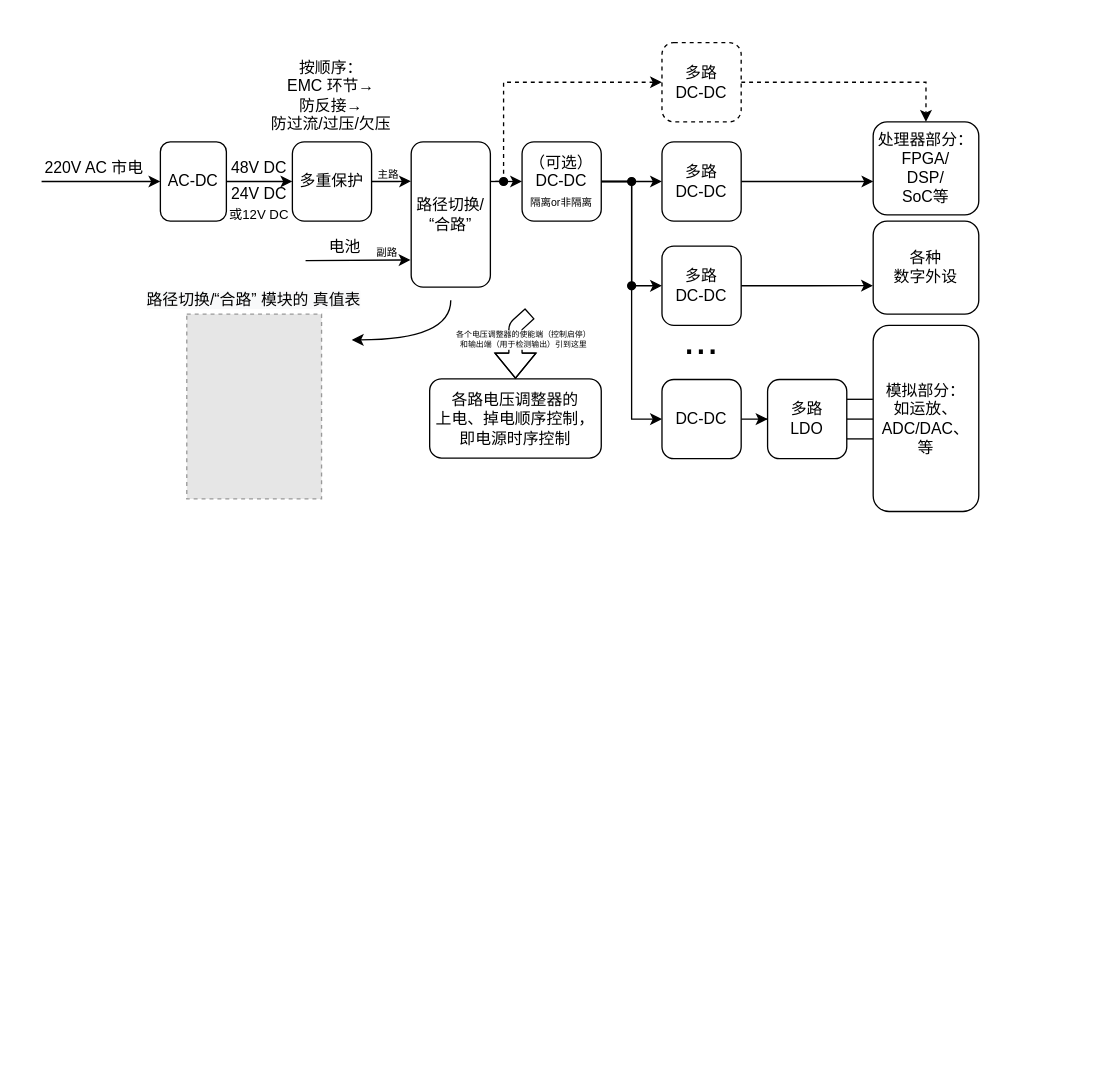
This is assets/通用电源树框图.drawio from Staok/thoughs-about-hardware-design, a draw.io file, before an edit. Source tidied: cells renumbered, new cells numbered last; positions are measured from the earlier drawing's top-left corner, leaving out a move shared by most shapes. Both pictures are drawn from the tidied source at 132%, with x=0, y=0 at pixel (41, 42). Pictures stored in the file or linked from it are replaced by grey dashed boxes.
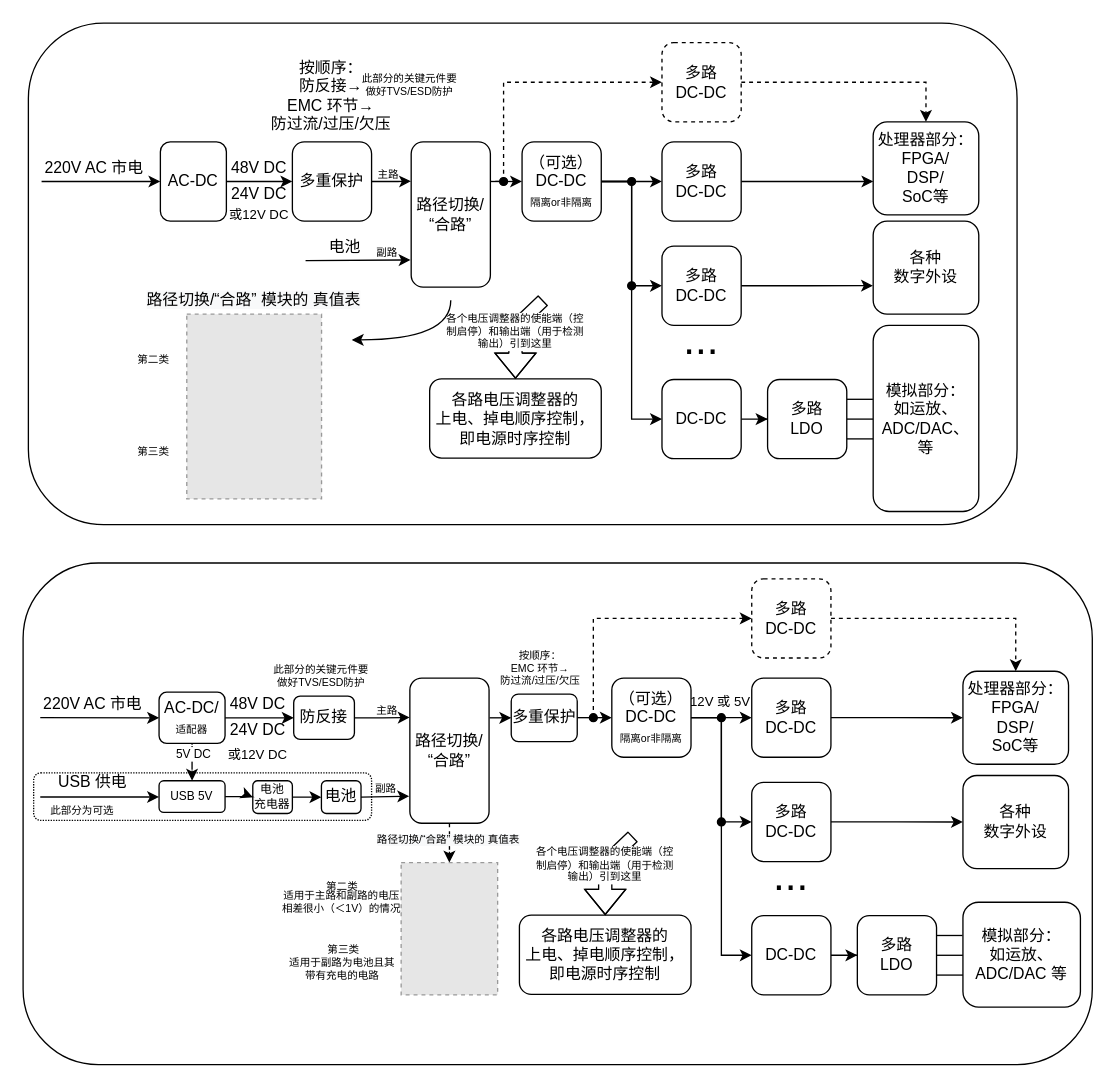
The same diagram, later.

Unchanged cells that the change refers to:
```xml
<mxCell id="42" value="各路电压调整器的&lt;br&gt;上电、掉电顺序控制，&lt;br&gt;即电源时序控制" style="rounded=1;whiteSpace=wrap;html=1;fontSize=12;fillColor=#FFFFFF;" parent="1" vertex="1">
  <mxGeometry x="294" y="254.5" width="130" height="60" as="geometry" />
</mxCell>
```

The edit, as a diff of the source:
```diff
@@
+    <mxCell id="48" style="rounded=1;whiteSpace=wrap;html=1;fontSize=8;" parent="1" vertex="1">
+      <mxGeometry x="-14" y="394" width="810" height="380" as="geometry" />
+    </mxCell>
+    <mxCell id="49" style="rounded=1;whiteSpace=wrap;html=1;fontSize=9;dashed=1;dashPattern=1 1;" parent="1" vertex="1">
+      <mxGeometry x="-6" y="553" width="256" height="36" as="geometry" />
+    </mxCell>
+    <mxCell id="50" value="电池" style="rounded=1;whiteSpace=wrap;html=1;fontSize=12;" parent="1" vertex="1">
+      <mxGeometry x="212" y="559" width="30" height="24.8" as="geometry" />
+    </mxCell>
+    <mxCell id="51" style="rounded=1;whiteSpace=wrap;html=1;fontSize=8;" parent="1" vertex="1">
+      <mxGeometry x="-10" y="-15" width="749" height="380" as="geometry" />
+    </mxCell>
@@
-    <mxCell id="14" value="按顺序：&lt;br&gt;EMC 环节→&lt;br&gt;防反接→&lt;br&gt;防过流/过压/欠压" style="text;html=1;strokeColor=none;fillColor=none;align=center;verticalAlign=middle;whiteSpace=wrap;rounded=0;" parent="1" vertex="1">
+    <mxCell id="14" value="按顺序：&lt;br&gt;防反接→&lt;br&gt;EMC 环节→&lt;br&gt;防过流/过压/欠压" style="text;html=1;strokeColor=none;fillColor=none;align=center;verticalAlign=middle;whiteSpace=wrap;rounded=0;" parent="1" vertex="1">
       <mxGeometry x="169.4" y="15" width="101.2" height="50" as="geometry" />
     </mxCell>
@@
     <mxCell id="43" style="shape=flexArrow;endArrow=classic;html=1;fontSize=12;entryX=0.5;entryY=0;entryDx=0;entryDy=0;" parent="1" edge="1" target="42">
       <mxGeometry relative="1" as="geometry">
-        <mxPoint x="370" y="205" as="sourcePoint" />
+        <mxPoint x="380" y="195" as="sourcePoint" />
         <Array as="points">
           <mxPoint x="359" y="215" />
         </Array>
       </mxGeometry>
     </mxCell>
-    <mxCell id="44" value="各个电压调整器的使能端（控制启停）和输出端（用于检测输出）引到这里" style="text;html=1;strokeColor=none;fillColor=none;align=center;verticalAlign=middle;whiteSpace=wrap;rounded=0;fontSize=6;labelBackgroundColor=#ffffff;" parent="1" vertex="1">
-      <mxGeometry x="311" y="214" width="109" height="21" as="geometry" />
+    <mxCell id="44" value="各个电压调整器的使能端（控制启停）和输出端（用于检测输出）引到这里" style="text;html=1;strokeColor=none;fillColor=none;align=center;verticalAlign=middle;whiteSpace=wrap;rounded=0;fontSize=8;labelBackgroundColor=#ffffff;" parent="1" vertex="1">
+      <mxGeometry x="306.2" y="203.5" width="105.5" height="31.5" as="geometry" />
     </mxCell>
@@
+    <mxCell id="52" value="第二类" style="text;html=1;strokeColor=none;fillColor=none;align=center;verticalAlign=middle;whiteSpace=wrap;rounded=0;fontSize=8;" parent="1" vertex="1">
+      <mxGeometry x="70" y="235" width="30" height="10" as="geometry" />
+    </mxCell>
+    <mxCell id="53" value="第三类" style="text;html=1;strokeColor=none;fillColor=none;align=center;verticalAlign=middle;whiteSpace=wrap;rounded=0;fontSize=8;" parent="1" vertex="1">
+      <mxGeometry x="70" y="304.5" width="30" height="10" as="geometry" />
+    </mxCell>
+    <mxCell id="54" style="edgeStyle=orthogonalEdgeStyle;rounded=0;jettySize=auto;html=1;entryX=0;entryY=0.5;entryDx=0;entryDy=0;" parent="1" edge="1" source="57" target="61">
+      <mxGeometry relative="1" as="geometry" />
+    </mxCell>
+    <mxCell id="55" style="edgeStyle=orthogonalEdgeStyle;rounded=0;jettySize=auto;html=1;entryX=0.5;entryY=0;entryDx=0;entryDy=0;fontSize=9;dashed=1;dashPattern=1 1;" parent="1" edge="1" source="57" target="106">
+      <mxGeometry relative="1" as="geometry" />
+    </mxCell>
+    <mxCell id="56" value="5V DC" style="edgeLabel;html=1;align=center;verticalAlign=middle;fontSize=9;" parent="55" vertex="1">
+      <mxGeometry x="-0.12" relative="1" as="geometry">
+        <mxPoint y="-9" as="offset" />
+      </mxGeometry>
+    </mxCell>
+    <mxCell id="57" value="AC-DC/&lt;br&gt;&lt;font style=&quot;font-size: 8px&quot;&gt;适配器&lt;/font&gt;" style="rounded=1;whiteSpace=wrap;html=1;" parent="1" vertex="1">
+      <mxGeometry x="89" y="491.9" width="50" height="38.8" as="geometry" />
+    </mxCell>
+    <mxCell id="58" style="endArrow=classic;html=1;entryX=0;entryY=0.5;entryDx=0;entryDy=0;exitX=0;exitY=1;exitDx=0;exitDy=0;" parent="1" edge="1" source="59" target="57">
+      <mxGeometry relative="1" as="geometry" />
+    </mxCell>
+    <mxCell id="59" value="220V AC 市电" style="text;html=1;strokeColor=none;fillColor=none;align=center;verticalAlign=middle;whiteSpace=wrap;rounded=0;" parent="1" vertex="1">
+      <mxGeometry x="-1" y="491.2" width="80" height="20" as="geometry" />
+    </mxCell>
+    <mxCell id="60" style="edgeStyle=orthogonalEdgeStyle;rounded=0;jettySize=auto;html=1;entryX=-0.002;entryY=0.271;entryDx=0;entryDy=0;entryPerimeter=0;" parent="1" edge="1" source="61" target="63">
+      <mxGeometry relative="1" as="geometry" />
+    </mxCell>
+    <mxCell id="61" value="防反接" style="rounded=1;whiteSpace=wrap;html=1;" parent="1" vertex="1">
+      <mxGeometry x="191" y="494.9" width="46" height="32.8" as="geometry" />
+    </mxCell>
+    <mxCell id="62" style="edgeStyle=orthogonalEdgeStyle;rounded=0;jettySize=auto;html=1;entryX=0.5;entryY=0;entryDx=0;entryDy=0;startArrow=none;startFill=0;endArrow=classic;endFill=1;fontSize=8;dashed=1;" parent="1" edge="1" source="63" target="99">
+      <mxGeometry relative="1" as="geometry" />
+    </mxCell>
+    <mxCell id="63" value="路径切换/“合路”" style="rounded=1;whiteSpace=wrap;html=1;" parent="1" vertex="1">
+      <mxGeometry x="279" y="481.2" width="60" height="110" as="geometry" />
+    </mxCell>
+    <mxCell id="64" style="edgeStyle=orthogonalEdgeStyle;rounded=0;jettySize=auto;html=1;fontSize=10;startArrow=classic;startFill=1;endArrow=none;endFill=0;exitX=0;exitY=0.5;exitDx=0;exitDy=0;entryX=1;entryY=0.5;entryDx=0;entryDy=0;" parent="1" edge="1" source="68" target="111">
+      <mxGeometry relative="1" as="geometry" />
+    </mxCell>
+    <mxCell id="65" style="edgeStyle=orthogonalEdgeStyle;rounded=0;jettySize=auto;html=1;entryX=0;entryY=0.5;entryDx=0;entryDy=0;startArrow=none;startFill=0;endArrow=classic;endFill=1;fontSize=10;" parent="1" edge="1" source="68" target="79">
+      <mxGeometry relative="1" as="geometry" />
+    </mxCell>
+    <mxCell id="66" style="edgeStyle=orthogonalEdgeStyle;rounded=0;jettySize=auto;html=1;entryX=0;entryY=0.5;entryDx=0;entryDy=0;startArrow=none;startFill=0;endArrow=classic;endFill=1;fontSize=10;" parent="1" edge="1" source="68" target="77">
+      <mxGeometry relative="1" as="geometry" />
+    </mxCell>
+    <mxCell id="67" style="edgeStyle=orthogonalEdgeStyle;rounded=0;jettySize=auto;html=1;entryX=0;entryY=0.5;entryDx=0;entryDy=0;startArrow=none;startFill=0;endArrow=classic;endFill=1;fontSize=32;" parent="1" edge="1" source="68" target="82">
+      <mxGeometry relative="1" as="geometry" />
+    </mxCell>
+    <mxCell id="68" value="（可选）&lt;br&gt;DC-DC&lt;br&gt;&lt;font style=&quot;font-size: 8px&quot;&gt;隔离or非隔离&lt;/font&gt;" style="rounded=1;whiteSpace=wrap;html=1;" parent="1" vertex="1">
+      <mxGeometry x="432" y="481.2" width="60" height="60" as="geometry" />
+    </mxCell>
+    <mxCell id="69" value="按顺序：&lt;br style=&quot;font-size: 8px;&quot;&gt;EMC 环节→&lt;br style=&quot;font-size: 8px;&quot;&gt;防过流/过压/欠压" style="text;html=1;strokeColor=none;fillColor=none;align=center;verticalAlign=middle;whiteSpace=wrap;rounded=0;fontSize=8;" parent="1" vertex="1">
+      <mxGeometry x="343" y="457.5" width="69.9" height="33.8" as="geometry" />
+    </mxCell>
+    <mxCell id="70" style="endArrow=classic;html=1;entryX=-0.008;entryY=0.813;entryDx=0;entryDy=0;entryPerimeter=0;exitX=1;exitY=0.5;exitDx=0;exitDy=0;" parent="1" edge="1" source="50" target="63">
+      <mxGeometry relative="1" as="geometry" />
+    </mxCell>
+    <mxCell id="71" value="48V DC" style="text;html=1;strokeColor=none;fillColor=none;align=center;verticalAlign=middle;whiteSpace=wrap;rounded=0;" parent="1" vertex="1">
+      <mxGeometry x="139" y="491.2" width="50" height="20" as="geometry" />
+    </mxCell>
+    <mxCell id="72" value="24V DC" style="text;html=1;strokeColor=none;fillColor=none;align=center;verticalAlign=middle;whiteSpace=wrap;rounded=0;" parent="1" vertex="1">
+      <mxGeometry x="139" y="511.2" width="50" height="20" as="geometry" />
+    </mxCell>
+    <mxCell id="73" value="或12V DC" style="text;html=1;strokeColor=none;fillColor=none;align=center;verticalAlign=middle;whiteSpace=wrap;rounded=0;fontSize=10;" parent="1" vertex="1">
+      <mxGeometry x="134" y="529" width="60" height="20" as="geometry" />
+    </mxCell>
+    <mxCell id="74" value="主路" style="text;html=1;strokeColor=none;fillColor=none;align=center;verticalAlign=middle;whiteSpace=wrap;rounded=0;fontSize=8;" parent="1" vertex="1">
+      <mxGeometry x="247" y="501.2" width="30" height="10" as="geometry" />
+    </mxCell>
+    <mxCell id="75" value="副路" style="text;html=1;strokeColor=none;fillColor=none;align=center;verticalAlign=middle;whiteSpace=wrap;rounded=0;fontSize=8;" parent="1" vertex="1">
+      <mxGeometry x="246" y="560.2" width="30" height="10" as="geometry" />
+    </mxCell>
+    <mxCell id="76" style="edgeStyle=orthogonalEdgeStyle;rounded=0;jettySize=auto;html=1;entryX=0;entryY=0.5;entryDx=0;entryDy=0;startArrow=none;startFill=0;endArrow=classic;endFill=1;fontSize=32;" parent="1" edge="1" source="77" target="90">
+      <mxGeometry relative="1" as="geometry" />
+    </mxCell>
+    <mxCell id="77" value="多路&lt;br&gt;DC-DC" style="rounded=1;whiteSpace=wrap;html=1;" parent="1" vertex="1">
+      <mxGeometry x="538" y="481.2" width="60" height="60" as="geometry" />
+    </mxCell>
+    <mxCell id="78" style="edgeStyle=orthogonalEdgeStyle;rounded=0;jettySize=auto;html=1;entryX=0;entryY=0.5;entryDx=0;entryDy=0;startArrow=none;startFill=0;endArrow=classic;endFill=1;fontSize=32;" parent="1" edge="1" source="79" target="91">
+      <mxGeometry relative="1" as="geometry" />
+    </mxCell>
+    <mxCell id="79" value="多路&lt;br&gt;DC-DC" style="rounded=1;whiteSpace=wrap;html=1;" parent="1" vertex="1">
+      <mxGeometry x="538" y="560.2" width="60" height="60" as="geometry" />
+    </mxCell>
+    <mxCell id="80" value="..." style="text;html=1;strokeColor=none;fillColor=none;align=center;verticalAlign=middle;whiteSpace=wrap;rounded=0;fontSize=32;" parent="1" vertex="1">
+      <mxGeometry x="538" y="620.2" width="60" height="21" as="geometry" />
+    </mxCell>
+    <mxCell id="81" style="edgeStyle=orthogonalEdgeStyle;rounded=0;jettySize=auto;html=1;entryX=0;entryY=0.5;entryDx=0;entryDy=0;startArrow=none;startFill=0;endArrow=classic;endFill=1;fontSize=32;" parent="1" edge="1" source="82" target="86">
+      <mxGeometry relative="1" as="geometry" />
+    </mxCell>
+    <mxCell id="82" value="DC-DC" style="rounded=1;whiteSpace=wrap;html=1;" parent="1" vertex="1">
+      <mxGeometry x="538" y="661.2" width="60" height="60" as="geometry" />
+    </mxCell>
+    <mxCell id="83" style="edgeStyle=orthogonalEdgeStyle;rounded=0;jettySize=auto;html=1;exitX=1;exitY=0.25;exitDx=0;exitDy=0;entryX=-0.003;entryY=0.318;entryDx=0;entryDy=0;entryPerimeter=0;startArrow=none;startFill=0;endArrow=none;endFill=0;fontSize=32;" parent="1" edge="1" source="86" target="87">
+      <mxGeometry relative="1" as="geometry" />
+    </mxCell>
+    <mxCell id="84" style="edgeStyle=orthogonalEdgeStyle;rounded=0;jettySize=auto;html=1;entryX=-0.001;entryY=0.507;entryDx=0;entryDy=0;startArrow=none;startFill=0;endArrow=none;endFill=0;fontSize=32;entryPerimeter=0;" parent="1" edge="1" source="86" target="87">
+      <mxGeometry relative="1" as="geometry" />
+    </mxCell>
+    <mxCell id="85" style="edgeStyle=orthogonalEdgeStyle;rounded=0;jettySize=auto;html=1;exitX=1;exitY=0.75;exitDx=0;exitDy=0;entryX=0.003;entryY=0.698;entryDx=0;entryDy=0;entryPerimeter=0;startArrow=none;startFill=0;endArrow=none;endFill=0;fontSize=32;" parent="1" edge="1" source="86" target="87">
+      <mxGeometry relative="1" as="geometry" />
+    </mxCell>
+    <mxCell id="86" value="多路&lt;br&gt;LDO" style="rounded=1;whiteSpace=wrap;html=1;" parent="1" vertex="1">
+      <mxGeometry x="618" y="661.2" width="60" height="60" as="geometry" />
+    </mxCell>
+    <mxCell id="87" value="模拟部分：&lt;br&gt;如运放、ADC/DAC 等" style="rounded=1;whiteSpace=wrap;html=1;" parent="1" vertex="1">
+      <mxGeometry x="698" y="651" width="89" height="79.5" as="geometry" />
+    </mxCell>
+    <mxCell id="88" style="ellipse;whiteSpace=wrap;html=1;fontSize=32;fillColor=#000000;" parent="1" vertex="1">
+      <mxGeometry x="512" y="508.2" width="6" height="6" as="geometry" />
+    </mxCell>
+    <mxCell id="89" style="ellipse;whiteSpace=wrap;html=1;fontSize=32;fillColor=#000000;" parent="1" vertex="1">
+      <mxGeometry x="512" y="587.2" width="6" height="6" as="geometry" />
+    </mxCell>
+    <mxCell id="90" value="处理器部分：&lt;br&gt;FPGA/&lt;br&gt;DSP/&lt;br&gt;SoC等" style="rounded=1;whiteSpace=wrap;html=1;" parent="1" vertex="1">
+      <mxGeometry x="698" y="476" width="80" height="70.5" as="geometry" />
+    </mxCell>
+    <mxCell id="91" value="各种&lt;br&gt;数字外设" style="rounded=1;whiteSpace=wrap;html=1;" parent="1" vertex="1">
+      <mxGeometry x="698" y="555" width="80" height="70.5" as="geometry" />
+    </mxCell>
+    <mxCell id="92" style="edgeStyle=orthogonalEdgeStyle;rounded=0;jettySize=auto;html=1;startArrow=classic;startFill=1;endArrow=none;endFill=0;fontSize=32;dashed=1;" parent="1" edge="1" source="94" target="95">
+      <mxGeometry relative="1" as="geometry">
+        <Array as="points">
+          <mxPoint x="418" y="436" />
+        </Array>
+      </mxGeometry>
+    </mxCell>
+    <mxCell id="93" style="edgeStyle=orthogonalEdgeStyle;rounded=0;jettySize=auto;html=1;dashed=1;startArrow=none;startFill=0;endArrow=classic;endFill=1;fontSize=32;entryX=0.5;entryY=0;entryDx=0;entryDy=0;" parent="1" edge="1" source="94" target="90">
+      <mxGeometry relative="1" as="geometry" />
+    </mxCell>
+    <mxCell id="94" value="多路&lt;br&gt;DC-DC" style="rounded=1;whiteSpace=wrap;html=1;dashed=1;" parent="1" vertex="1">
+      <mxGeometry x="538" y="406" width="60" height="60" as="geometry" />
+    </mxCell>
+    <mxCell id="95" style="ellipse;whiteSpace=wrap;html=1;fontSize=32;fillColor=#000000;" parent="1" vertex="1">
+      <mxGeometry x="415" y="508.2" width="6" height="6" as="geometry" />
+    </mxCell>
+    <mxCell id="96" value="各路电压调整器的&lt;br&gt;上电、掉电顺序控制，&lt;br&gt;即电源时序控制" style="rounded=1;whiteSpace=wrap;html=1;fontSize=12;fillColor=#FFFFFF;" parent="1" vertex="1">
+      <mxGeometry x="362" y="660.8" width="130" height="60" as="geometry" />
+    </mxCell>
+    <mxCell id="97" style="shape=flexArrow;endArrow=classic;html=1;fontSize=12;entryX=0.5;entryY=0;entryDx=0;entryDy=0;" parent="1" edge="1">
+      <mxGeometry relative="1" as="geometry">
+        <mxPoint x="448" y="601.2" as="sourcePoint" />
+        <mxPoint x="427" y="660.8" as="targetPoint" />
+        <Array as="points">
+          <mxPoint x="427" y="621.2" />
+        </Array>
+      </mxGeometry>
+    </mxCell>
+    <mxCell id="98" value="各个电压调整器的使能端（控制启停）和输出端（用于检测输出）引到这里" style="text;html=1;strokeColor=none;fillColor=none;align=center;verticalAlign=middle;whiteSpace=wrap;rounded=0;fontSize=8;labelBackgroundColor=#ffffff;" parent="1" vertex="1">
+      <mxGeometry x="374.2" y="607" width="105.5" height="31.5" as="geometry" />
+    </mxCell>
+    <mxCell id="99" style="fillColor=#E6E6E6;strokeColor=#999999;dashed=1;verticalLabelPosition=bottom;labelBackgroundColor=#ffffff;verticalAlign=top;" parent="1" vertex="1">
+      <mxGeometry x="272.4" y="621" width="73.1" height="100.2" as="geometry" />
+    </mxCell>
+    <mxCell id="100" value="&lt;span style=&quot;color: rgb(0, 0, 0); font-family: helvetica; font-style: normal; font-weight: 400; letter-spacing: normal; text-indent: 0px; text-transform: none; word-spacing: 0px; background-color: rgb(248, 249, 250); display: inline; float: none; font-size: 8px;&quot;&gt;&lt;font style=&quot;font-size: 8px;&quot;&gt;路径切换/“合路” 模块的 真值表&lt;/font&gt;&lt;/span&gt;" style="text;whiteSpace=wrap;html=1;fontSize=8;align=center;verticalAlign=middle;" parent="1" vertex="1">
+      <mxGeometry x="250" y="598" width="117" height="12" as="geometry" />
+    </mxCell>
+    <mxCell id="101" value="第二类" style="text;html=1;strokeColor=none;fillColor=none;align=center;verticalAlign=middle;whiteSpace=wrap;rounded=0;fontSize=8;" parent="1" vertex="1">
+      <mxGeometry x="213.4" y="633.5" width="30" height="10" as="geometry" />
+    </mxCell>
+    <mxCell id="102" value="第三类" style="text;html=1;strokeColor=none;fillColor=none;align=center;verticalAlign=middle;whiteSpace=wrap;rounded=0;fontSize=8;" parent="1" vertex="1">
+      <mxGeometry x="214" y="682" width="30" height="10" as="geometry" />
+    </mxCell>
+    <mxCell id="103" style="edgeStyle=orthogonalEdgeStyle;rounded=0;jettySize=auto;html=1;entryX=0;entryY=0.5;entryDx=0;entryDy=0;fontSize=9;" parent="1" edge="1" source="104" target="50">
+      <mxGeometry relative="1" as="geometry" />
+    </mxCell>
+    <mxCell id="104" value="电池&lt;br&gt;充电器" style="rounded=1;whiteSpace=wrap;html=1;fontSize=9;" parent="1" vertex="1">
+      <mxGeometry x="160" y="559" width="30" height="24.8" as="geometry" />
+    </mxCell>
+    <mxCell id="105" style="edgeStyle=orthogonalEdgeStyle;rounded=0;jettySize=auto;html=1;entryX=0;entryY=0.5;entryDx=0;entryDy=0;fontSize=9;" parent="1" edge="1" source="106" target="104">
+      <mxGeometry relative="1" as="geometry" />
+    </mxCell>
+    <mxCell id="106" value="USB 5V" style="rounded=1;whiteSpace=wrap;html=1;fontSize=9;" parent="1" vertex="1">
+      <mxGeometry x="89" y="559" width="50" height="24" as="geometry" />
+    </mxCell>
+    <mxCell id="107" value="USB 供电" style="text;html=1;strokeColor=none;fillColor=none;align=center;verticalAlign=middle;whiteSpace=wrap;rounded=0;" parent="1" vertex="1">
+      <mxGeometry x="-1" y="550.2" width="80" height="20" as="geometry" />
+    </mxCell>
+    <mxCell id="108" value="此部分为可选" style="text;html=1;strokeColor=none;fillColor=none;align=center;verticalAlign=middle;whiteSpace=wrap;rounded=0;fontSize=8;" parent="1" vertex="1">
+      <mxGeometry x="4" y="577.2" width="54" height="10" as="geometry" />
+    </mxCell>
+    <mxCell id="109" style="endArrow=classic;html=1;entryX=0;entryY=0.5;entryDx=0;entryDy=0;exitX=0;exitY=1;exitDx=0;exitDy=0;" parent="1" edge="1">
+      <mxGeometry relative="1" as="geometry">
+        <mxPoint x="-1" y="571.3" as="sourcePoint" />
+        <mxPoint x="89" y="571.3" as="targetPoint" />
+      </mxGeometry>
+    </mxCell>
+    <mxCell id="110" style="edgeStyle=orthogonalEdgeStyle;rounded=0;jettySize=auto;html=1;exitX=0;exitY=0.5;exitDx=0;exitDy=0;fontSize=9;entryX=1.006;entryY=0.272;entryDx=0;entryDy=0;entryPerimeter=0;startArrow=classic;startFill=1;endArrow=none;endFill=0;" parent="1" edge="1" source="111" target="63">
+      <mxGeometry relative="1" as="geometry" />
+    </mxCell>
+    <mxCell id="111" value="多重保护" style="rounded=1;whiteSpace=wrap;html=1;" parent="1" vertex="1">
+      <mxGeometry x="355.8" y="493.3" width="50" height="36" as="geometry" />
+    </mxCell>
+    <mxCell id="112" value="此部分的关键元件要做好TVS/ESD防护" style="text;html=1;strokeColor=none;fillColor=none;align=center;verticalAlign=middle;whiteSpace=wrap;rounded=0;fontSize=8;" parent="1" vertex="1">
+      <mxGeometry x="174.1" y="467.4" width="75.9" height="25.9" as="geometry" />
+    </mxCell>
+    <mxCell id="113" value="12V 或 5V" style="text;html=1;strokeColor=none;fillColor=none;align=center;verticalAlign=middle;whiteSpace=wrap;rounded=0;fontSize=10;" parent="1" vertex="1">
+      <mxGeometry x="490" y="489" width="49" height="19.8" as="geometry" />
+    </mxCell>
+    <mxCell id="114" value="适用于副路为电池且其带有充电的电路" style="text;html=1;strokeColor=none;fillColor=none;align=center;verticalAlign=middle;whiteSpace=wrap;rounded=0;fontSize=8;" parent="1" vertex="1">
+      <mxGeometry x="184.4" y="692" width="88" height="19.2" as="geometry" />
+    </mxCell>
+    <mxCell id="115" value="此部分的关键元件要做好TVS/ESD防护" style="text;html=1;strokeColor=none;fillColor=none;align=center;verticalAlign=middle;whiteSpace=wrap;rounded=0;fontSize=8;" parent="1" vertex="1">
+      <mxGeometry x="241" y="19" width="75.9" height="25.9" as="geometry" />
+    </mxCell>
+    <mxCell id="116" value="适用于主路和副路的电压相差很小（＜1V）的情况" style="text;html=1;strokeColor=none;fillColor=none;align=center;verticalAlign=middle;whiteSpace=wrap;rounded=0;fontSize=8;" parent="1" vertex="1">
+      <mxGeometry x="181" y="641.5" width="93" height="19.2" as="geometry" />
+    </mxCell>
```
